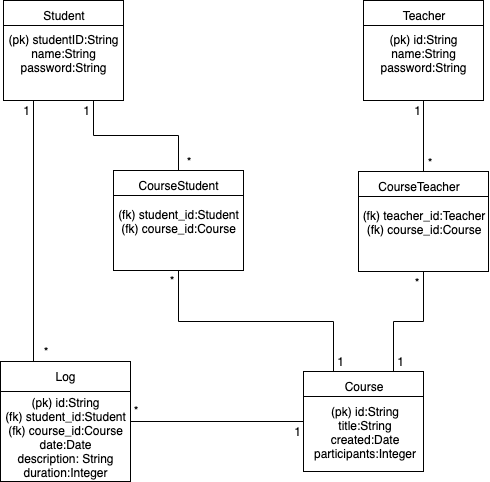
Before: timetracker.png, a diagram exported from draw.io (MikaelTornwall/timetracker). Source tidied: cells renumbered, new cells last; positions are measured from the earlier drawing's top-left corner, leaving out a move shared by most shapes. Its diagram source:
```xml
<mxGraphModel>
  <root>
    <mxCell id="0" />
    <mxCell id="1" parent="0" />
    <mxCell id="2" style="edgeStyle=orthogonalEdgeStyle;rounded=0;jettySize=auto;html=1;exitX=0.25;exitY=1;exitDx=0;exitDy=0;entryX=0.25;entryY=0;entryDx=0;entryDy=0;endArrow=none;endFill=0;strokeWidth=1;fontSize=12;" parent="1" edge="1" source="4" target="18">
      <mxGeometry relative="1" as="geometry" />
    </mxCell>
    <mxCell id="3" style="edgeStyle=orthogonalEdgeStyle;rounded=0;jettySize=auto;html=1;exitX=0.75;exitY=1;exitDx=0;exitDy=0;entryX=0.5;entryY=0;entryDx=0;entryDy=0;endArrow=none;endFill=0;strokeWidth=1;fontSize=12;" parent="1" edge="1" source="4" target="35">
      <mxGeometry relative="1" as="geometry" />
    </mxCell>
    <mxCell id="4" style="rounded=0;whiteSpace=wrap;html=1;" parent="1" vertex="1">
      <mxGeometry x="3" width="120" height="100" as="geometry" />
    </mxCell>
    <mxCell id="5" style="endArrow=none;html=1;strokeWidth=1;entryX=1;entryY=0.25;entryDx=0;entryDy=0;exitX=0;exitY=0.25;exitDx=0;exitDy=0;" parent="1" edge="1" source="4" target="4">
      <mxGeometry relative="1" as="geometry" />
    </mxCell>
    <mxCell id="6" value="Student" style="text;html=1;strokeColor=none;fillColor=none;align=center;verticalAlign=middle;whiteSpace=wrap;rounded=0;" parent="1" vertex="1">
      <mxGeometry x="3" width="120" height="30" as="geometry" />
    </mxCell>
    <mxCell id="7" value="(pk) studentID:String&lt;br style=&quot;font-size: 12px&quot;&gt;name:String&lt;br style=&quot;font-size: 12px&quot;&gt;password:String" style="text;html=1;strokeColor=none;fillColor=none;align=center;verticalAlign=middle;whiteSpace=wrap;rounded=0;spacing=2;spacingTop=0;fontSize=12;" parent="1" vertex="1">
      <mxGeometry x="3" y="25" width="120" height="55" as="geometry" />
    </mxCell>
    <mxCell id="8" style="edgeStyle=orthogonalEdgeStyle;rounded=0;jettySize=auto;html=1;exitX=0.5;exitY=1;exitDx=0;exitDy=0;entryX=0.5;entryY=0;entryDx=0;entryDy=0;endArrow=none;endFill=0;strokeWidth=1;fontSize=12;" parent="1" edge="1" source="9" target="31">
      <mxGeometry relative="1" as="geometry" />
    </mxCell>
    <mxCell id="9" style="rounded=0;whiteSpace=wrap;html=1;" parent="1" vertex="1">
      <mxGeometry x="363" width="120" height="100" as="geometry" />
    </mxCell>
    <mxCell id="10" style="endArrow=none;html=1;strokeWidth=1;entryX=1;entryY=0.25;entryDx=0;entryDy=0;exitX=0;exitY=0.25;exitDx=0;exitDy=0;" parent="1" edge="1" source="9" target="9">
      <mxGeometry relative="1" as="geometry" />
    </mxCell>
    <mxCell id="11" value="Teacher" style="text;html=1;strokeColor=none;fillColor=none;align=center;verticalAlign=middle;whiteSpace=wrap;rounded=0;" parent="1" vertex="1">
      <mxGeometry x="363" width="120" height="30" as="geometry" />
    </mxCell>
    <mxCell id="12" value="(pk)&amp;nbsp;id:String&lt;br&gt;name:String&lt;br&gt;password:String" style="text;html=1;strokeColor=none;fillColor=none;align=center;verticalAlign=middle;whiteSpace=wrap;rounded=0;" parent="1" vertex="1">
      <mxGeometry x="363" y="25" width="120" height="55" as="geometry" />
    </mxCell>
    <mxCell id="13" style="rounded=0;whiteSpace=wrap;html=1;" parent="1" vertex="1">
      <mxGeometry x="303" y="371" width="120" height="100" as="geometry" />
    </mxCell>
    <mxCell id="14" style="endArrow=none;html=1;strokeWidth=1;entryX=1;entryY=0.25;entryDx=0;entryDy=0;exitX=0;exitY=0.25;exitDx=0;exitDy=0;" parent="1" edge="1" source="13" target="13">
      <mxGeometry relative="1" as="geometry" />
    </mxCell>
    <mxCell id="15" value="Course" style="text;html=1;strokeColor=none;fillColor=none;align=center;verticalAlign=middle;whiteSpace=wrap;rounded=0;" parent="1" vertex="1">
      <mxGeometry x="303" y="371" width="120" height="30" as="geometry" />
    </mxCell>
    <mxCell id="16" value="(pk)&amp;nbsp;id:String&lt;br&gt;title:String&lt;br&gt;created:Date&lt;br&gt;participants:Integer" style="text;html=1;strokeColor=none;fillColor=none;align=center;verticalAlign=middle;whiteSpace=wrap;rounded=0;spacing=2;spacingTop=0;fontSize=12;" parent="1" vertex="1">
      <mxGeometry x="303" y="396" width="120" height="70" as="geometry" />
    </mxCell>
    <mxCell id="17" style="edgeStyle=orthogonalEdgeStyle;rounded=0;jettySize=auto;html=1;exitX=1;exitY=0.5;exitDx=0;exitDy=0;entryX=0;entryY=0.5;entryDx=0;entryDy=0;endArrow=none;endFill=0;strokeWidth=1;fontSize=12;" parent="1" edge="1" source="18" target="13">
      <mxGeometry relative="1" as="geometry" />
    </mxCell>
    <mxCell id="18" style="rounded=0;whiteSpace=wrap;html=1;" parent="1" vertex="1">
      <mxGeometry y="361" width="130" height="120" as="geometry" />
    </mxCell>
    <mxCell id="19" style="endArrow=none;html=1;strokeWidth=1;entryX=1;entryY=0.25;entryDx=0;entryDy=0;exitX=0;exitY=0.25;exitDx=0;exitDy=0;" parent="1" edge="1" source="18" target="18">
      <mxGeometry relative="1" as="geometry" />
    </mxCell>
    <mxCell id="20" value="Log" style="text;html=1;strokeColor=none;fillColor=none;align=center;verticalAlign=middle;whiteSpace=wrap;rounded=0;" parent="1" vertex="1">
      <mxGeometry y="361" width="130" height="30" as="geometry" />
    </mxCell>
    <mxCell id="21" value="(pk)&amp;nbsp;id:String&lt;br&gt;(fk) student_id:Student&lt;br&gt;(fk) course_id:Course&lt;br&gt;date:Date&lt;br&gt;description: String&lt;br&gt;duration:Integer" style="text;html=1;strokeColor=none;fillColor=none;align=center;verticalAlign=middle;whiteSpace=wrap;rounded=0;spacing=2;spacingTop=0;fontSize=12;" parent="1" vertex="1">
      <mxGeometry y="391" width="130" height="90" as="geometry" />
    </mxCell>
    <mxCell id="22" value="1" style="text;html=1;strokeColor=none;fillColor=none;align=center;verticalAlign=middle;whiteSpace=wrap;rounded=0;fontSize=12;" parent="1" vertex="1">
      <mxGeometry x="21" y="100" width="10" height="20" as="geometry" />
    </mxCell>
    <mxCell id="23" value="*" style="text;html=1;strokeColor=none;fillColor=none;align=center;verticalAlign=middle;whiteSpace=wrap;rounded=0;fontSize=12;" parent="1" vertex="1">
      <mxGeometry x="40" y="341" width="10" height="20" as="geometry" />
    </mxCell>
    <mxCell id="24" value="1" style="text;html=1;strokeColor=none;fillColor=none;align=center;verticalAlign=middle;whiteSpace=wrap;rounded=0;fontSize=12;" parent="1" vertex="1">
      <mxGeometry x="412" y="100" width="10" height="20" as="geometry" />
    </mxCell>
    <mxCell id="25" value="1" style="text;html=1;strokeColor=none;fillColor=none;align=center;verticalAlign=middle;whiteSpace=wrap;rounded=0;fontSize=12;" parent="1" vertex="1">
      <mxGeometry x="395" y="351" width="10" height="20" as="geometry" />
    </mxCell>
    <mxCell id="26" value="1" style="text;html=1;strokeColor=none;fillColor=none;align=center;verticalAlign=middle;whiteSpace=wrap;rounded=0;fontSize=12;" parent="1" vertex="1">
      <mxGeometry x="335" y="351" width="10" height="20" as="geometry" />
    </mxCell>
    <mxCell id="27" value="*" style="text;html=1;strokeColor=none;fillColor=none;align=center;verticalAlign=middle;whiteSpace=wrap;rounded=0;fontSize=12;" parent="1" vertex="1">
      <mxGeometry x="183" y="151" width="10" height="20" as="geometry" />
    </mxCell>
    <mxCell id="28" value="*" style="text;html=1;strokeColor=none;fillColor=none;align=center;verticalAlign=middle;whiteSpace=wrap;rounded=0;fontSize=12;" parent="1" vertex="1">
      <mxGeometry x="130" y="400" width="10" height="20" as="geometry" />
    </mxCell>
    <mxCell id="29" value="1" style="text;html=1;strokeColor=none;fillColor=none;align=center;verticalAlign=middle;whiteSpace=wrap;rounded=0;fontSize=12;" parent="1" vertex="1">
      <mxGeometry x="292" y="421" width="10" height="20" as="geometry" />
    </mxCell>
    <mxCell id="30" style="edgeStyle=orthogonalEdgeStyle;rounded=0;jettySize=auto;html=1;exitX=0.5;exitY=1;exitDx=0;exitDy=0;entryX=0.75;entryY=0;entryDx=0;entryDy=0;endArrow=none;endFill=0;strokeWidth=1;fontSize=12;" parent="1" edge="1" source="31" target="13">
      <mxGeometry relative="1" as="geometry" />
    </mxCell>
    <mxCell id="31" style="rounded=0;whiteSpace=wrap;html=1;" parent="1" vertex="1">
      <mxGeometry x="358" y="171" width="130" height="100" as="geometry" />
    </mxCell>
    <mxCell id="32" style="endArrow=none;html=1;strokeWidth=1;entryX=1;entryY=0.25;entryDx=0;entryDy=0;exitX=0;exitY=0.25;exitDx=0;exitDy=0;" parent="1" edge="1" source="31" target="31">
      <mxGeometry relative="1" as="geometry" />
    </mxCell>
    <mxCell id="33" value="CourseTeacher" style="text;html=1;strokeColor=none;fillColor=none;align=center;verticalAlign=middle;whiteSpace=wrap;rounded=0;" parent="1" vertex="1">
      <mxGeometry x="358" y="171" width="120" height="30" as="geometry" />
    </mxCell>
    <mxCell id="34" style="edgeStyle=orthogonalEdgeStyle;rounded=0;jettySize=auto;html=1;exitX=0.5;exitY=1;exitDx=0;exitDy=0;entryX=0.25;entryY=0;entryDx=0;entryDy=0;endArrow=none;endFill=0;strokeWidth=1;fontSize=12;" parent="1" edge="1" source="35" target="13">
      <mxGeometry relative="1" as="geometry" />
    </mxCell>
    <mxCell id="35" style="rounded=0;whiteSpace=wrap;html=1;" parent="1" vertex="1">
      <mxGeometry x="113" y="170" width="130" height="100" as="geometry" />
    </mxCell>
    <mxCell id="36" style="endArrow=none;html=1;strokeWidth=1;entryX=1;entryY=0.25;entryDx=0;entryDy=0;exitX=0;exitY=0.25;exitDx=0;exitDy=0;" parent="1" edge="1" source="35" target="35">
      <mxGeometry relative="1" as="geometry" />
    </mxCell>
    <mxCell id="37" value="CourseStudent" style="text;html=1;strokeColor=none;fillColor=none;align=center;verticalAlign=middle;whiteSpace=wrap;rounded=0;" parent="1" vertex="1">
      <mxGeometry x="113" y="170" width="130" height="30" as="geometry" />
    </mxCell>
    <mxCell id="38" value="*" style="text;html=1;strokeColor=none;fillColor=none;align=center;verticalAlign=middle;whiteSpace=wrap;rounded=0;fontSize=12;" parent="1" vertex="1">
      <mxGeometry x="166" y="270" width="10" height="20" as="geometry" />
    </mxCell>
    <mxCell id="39" value="*" style="text;html=1;strokeColor=none;fillColor=none;align=center;verticalAlign=middle;whiteSpace=wrap;rounded=0;fontSize=12;" parent="1" vertex="1">
      <mxGeometry x="424" y="152" width="10" height="20" as="geometry" />
    </mxCell>
    <mxCell id="40" value="*" style="text;html=1;strokeColor=none;fillColor=none;align=center;verticalAlign=middle;whiteSpace=wrap;rounded=0;fontSize=12;" parent="1" vertex="1">
      <mxGeometry x="411" y="272" width="10" height="20" as="geometry" />
    </mxCell>
    <mxCell id="41" value="1" style="text;html=1;strokeColor=none;fillColor=none;align=center;verticalAlign=middle;whiteSpace=wrap;rounded=0;fontSize=12;" parent="1" vertex="1">
      <mxGeometry x="81" y="100" width="10" height="20" as="geometry" />
    </mxCell>
    <mxCell id="42" value="&lt;br&gt;(fk) student_id:Student&lt;br&gt;(fk) course_id:Course" style="text;html=1;strokeColor=none;fillColor=none;align=center;verticalAlign=middle;whiteSpace=wrap;rounded=0;spacing=2;spacingTop=0;fontSize=12;" parent="1" vertex="1">
      <mxGeometry x="113" y="195" width="130" height="37" as="geometry" />
    </mxCell>
    <mxCell id="43" value="&lt;br&gt;(fk) teacher_id:Teacher&lt;br&gt;(fk) course_id:Course" style="text;html=1;strokeColor=none;fillColor=none;align=center;verticalAlign=middle;whiteSpace=wrap;rounded=0;spacing=2;spacingTop=0;fontSize=12;" parent="1" vertex="1">
      <mxGeometry x="358" y="196" width="130" height="37" as="geometry" />
    </mxCell>
  </root>
</mxGraphModel>
```
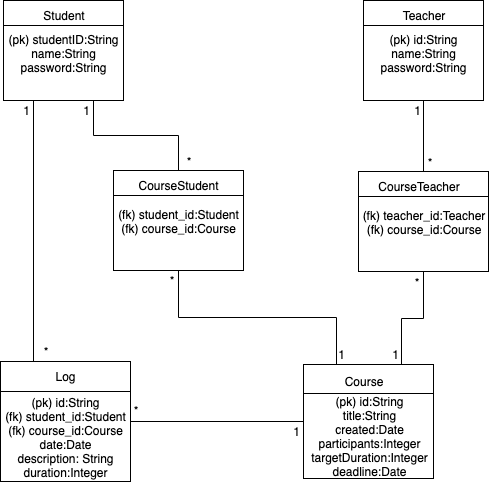
The same file after the commit.

Diff of the diagram source:
```diff
@@ -36,16 +36,16 @@
       <mxGeometry x="363" y="25" width="120" height="55" as="geometry" />
     </mxCell>
     <mxCell id="13" style="rounded=0;whiteSpace=wrap;html=1;" parent="1" vertex="1">
-      <mxGeometry x="303" y="371" width="120" height="100" as="geometry" />
+      <mxGeometry x="303" y="364" width="130" height="114" as="geometry" />
     </mxCell>
     <mxCell id="14" style="endArrow=none;html=1;strokeWidth=1;entryX=1;entryY=0.25;entryDx=0;entryDy=0;exitX=0;exitY=0.25;exitDx=0;exitDy=0;" parent="1" edge="1" source="13" target="13">
       <mxGeometry relative="1" as="geometry" />
     </mxCell>
     <mxCell id="15" value="Course" style="text;html=1;strokeColor=none;fillColor=none;align=center;verticalAlign=middle;whiteSpace=wrap;rounded=0;" parent="1" vertex="1">
-      <mxGeometry x="303" y="371" width="120" height="30" as="geometry" />
+      <mxGeometry x="303" y="366" width="120" height="30" as="geometry" />
     </mxCell>
-    <mxCell id="16" value="(pk)&amp;nbsp;id:String&lt;br&gt;title:String&lt;br&gt;created:Date&lt;br&gt;participants:Integer" style="text;html=1;strokeColor=none;fillColor=none;align=center;verticalAlign=middle;whiteSpace=wrap;rounded=0;spacing=2;spacingTop=0;fontSize=12;" parent="1" vertex="1">
-      <mxGeometry x="303" y="396" width="120" height="70" as="geometry" />
+    <mxCell id="16" value="(pk)&amp;nbsp;id:String&lt;br&gt;title:String&lt;br&gt;created:Date&lt;br&gt;participants:Integer&lt;br&gt;targetDuration:Integer&lt;br&gt;deadline:Date" style="text;html=1;strokeColor=none;fillColor=none;align=center;verticalAlign=middle;whiteSpace=wrap;rounded=0;spacing=2;spacingTop=0;fontSize=12;" parent="1" vertex="1">
+      <mxGeometry x="304" y="392.5" width="130" height="85" as="geometry" />
     </mxCell>
     <mxCell id="17" style="edgeStyle=orthogonalEdgeStyle;rounded=0;jettySize=auto;html=1;exitX=1;exitY=0.5;exitDx=0;exitDy=0;entryX=0;entryY=0.5;entryDx=0;entryDy=0;endArrow=none;endFill=0;strokeWidth=1;fontSize=12;" parent="1" edge="1" source="18" target="13">
       <mxGeometry relative="1" as="geometry" />
@@ -72,10 +72,10 @@
       <mxGeometry x="412" y="100" width="10" height="20" as="geometry" />
     </mxCell>
     <mxCell id="25" value="1" style="text;html=1;strokeColor=none;fillColor=none;align=center;verticalAlign=middle;whiteSpace=wrap;rounded=0;fontSize=12;" parent="1" vertex="1">
-      <mxGeometry x="395" y="351" width="10" height="20" as="geometry" />
+      <mxGeometry x="390" y="344" width="10" height="20" as="geometry" />
     </mxCell>
     <mxCell id="26" value="1" style="text;html=1;strokeColor=none;fillColor=none;align=center;verticalAlign=middle;whiteSpace=wrap;rounded=0;fontSize=12;" parent="1" vertex="1">
-      <mxGeometry x="335" y="351" width="10" height="20" as="geometry" />
+      <mxGeometry x="336" y="344" width="10" height="20" as="geometry" />
     </mxCell>
     <mxCell id="27" value="*" style="text;html=1;strokeColor=none;fillColor=none;align=center;verticalAlign=middle;whiteSpace=wrap;rounded=0;fontSize=12;" parent="1" vertex="1">
       <mxGeometry x="183" y="151" width="10" height="20" as="geometry" />
@@ -84,7 +84,7 @@
       <mxGeometry x="130" y="400" width="10" height="20" as="geometry" />
     </mxCell>
     <mxCell id="29" value="1" style="text;html=1;strokeColor=none;fillColor=none;align=center;verticalAlign=middle;whiteSpace=wrap;rounded=0;fontSize=12;" parent="1" vertex="1">
-      <mxGeometry x="292" y="421" width="10" height="20" as="geometry" />
+      <mxGeometry x="291" y="421" width="10" height="20" as="geometry" />
     </mxCell>
     <mxCell id="30" style="edgeStyle=orthogonalEdgeStyle;rounded=0;jettySize=auto;html=1;exitX=0.5;exitY=1;exitDx=0;exitDy=0;entryX=0.75;entryY=0;entryDx=0;entryDy=0;endArrow=none;endFill=0;strokeWidth=1;fontSize=12;" parent="1" edge="1" source="31" target="13">
       <mxGeometry relative="1" as="geometry" />
```
